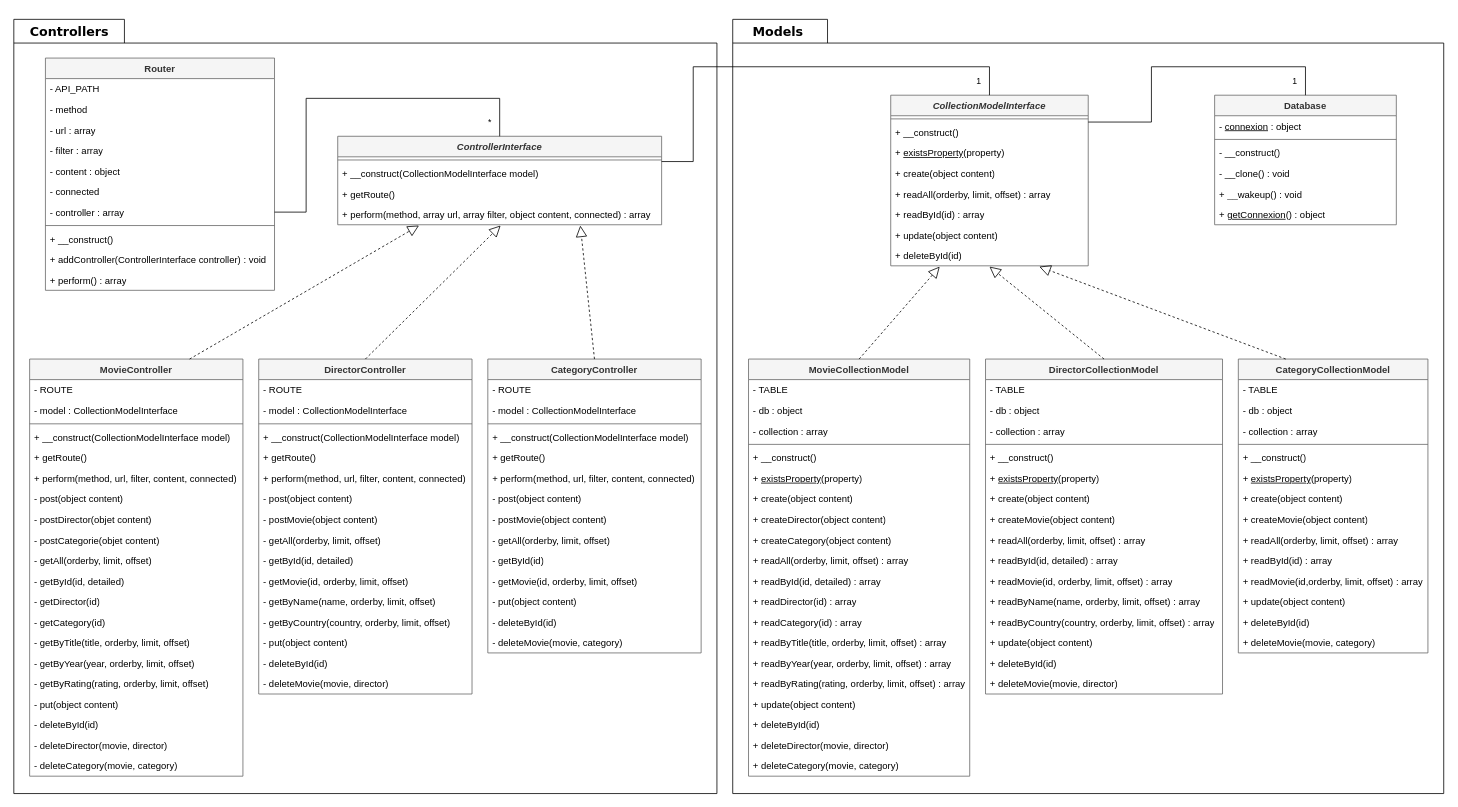
The draw.io diagram video-api-uml.drawio in ianasheu/video-api, before the edit. Source tidied: cells renumbered, new cells numbered last; positions are measured from the earlier drawing's top-left corner, leaving out a move shared by most shapes. Both pictures are drawn from the tidied source at 79%, with x=0, y=0 at pixel (13, 13).
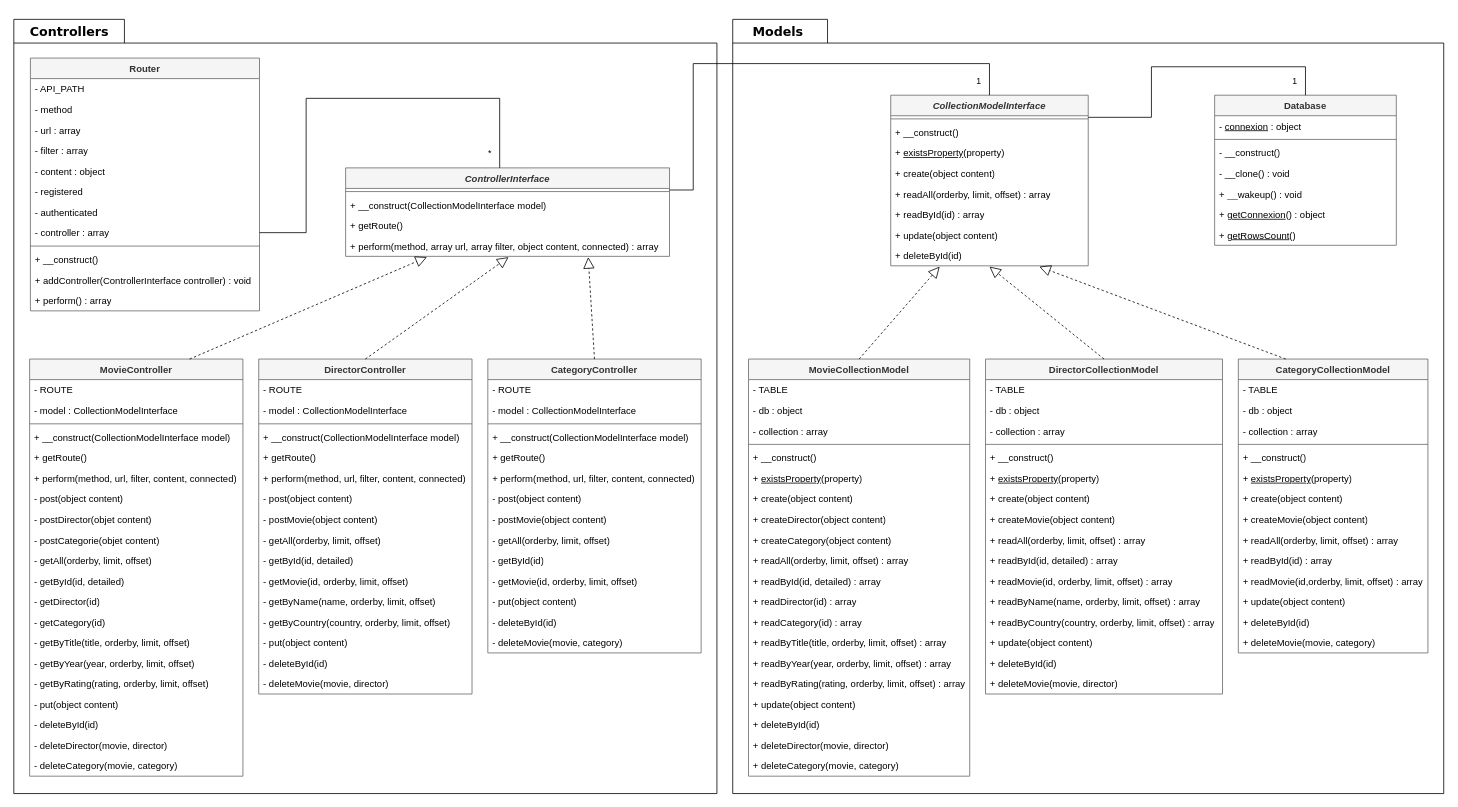
The same page after the edit.

Commit message (it also covers changes not shown here):
update schema + uml

Unchanged cells that the change refers to:
```xml
<mxCell id="61" value="&lt;i&gt;CollectionModelInterface&lt;/i&gt;" style="swimlane;fontStyle=1;align=center;verticalAlign=top;horizontal=1;startSize=26;whiteSpace=wrap;html=1;fillColor=#f5f5f5;fontColor=#333333;strokeColor=#666666;" parent="1" vertex="1">
  <mxGeometry x="1110" y="103" width="250" height="216" as="geometry" />
</mxCell>
```

Change to the diagram source:
```diff
@@
     <mxCell id="3" value="Router" style="swimlane;fontStyle=1;align=center;verticalAlign=top;horizontal=1;startSize=26;whiteSpace=wrap;html=1;fillColor=#f5f5f5;fontColor=#333333;strokeColor=#666666;" parent="1" vertex="1">
-      <mxGeometry x="40" y="56" width="290" height="294" as="geometry" />
+      <mxGeometry x="21" y="56" width="290" height="320" as="geometry" />
     </mxCell>
@@
-    <mxCell id="9" value="- connected" style="text;strokeColor=none;fillColor=none;align=left;verticalAlign=top;spacingLeft=4;spacingRight=4;overflow=hidden;whiteSpace=wrap;html=1;" parent="3" vertex="1">
+    <mxCell id="9" value="- registered" style="text;strokeColor=none;fillColor=none;align=left;verticalAlign=top;spacingLeft=4;spacingRight=4;overflow=hidden;whiteSpace=wrap;html=1;" parent="3" vertex="1">
       <mxGeometry y="156" width="290" height="26" as="geometry" />
     </mxCell>
-    <mxCell id="10" value="- controller : array" style="text;strokeColor=none;fillColor=none;align=left;verticalAlign=top;spacingLeft=4;spacingRight=4;overflow=hidden;points=[[0,0.5],[1,0.5]];portConstraint=eastwest;whiteSpace=wrap;html=1;" parent="3" vertex="1">
+    <mxCell id="10" value="- authenticated" style="text;strokeColor=none;fillColor=none;align=left;verticalAlign=top;spacingLeft=4;spacingRight=4;overflow=hidden;points=[[0,0.5],[1,0.5]];portConstraint=eastwest;whiteSpace=wrap;html=1;" parent="3" vertex="1">
       <mxGeometry y="182" width="290" height="26" as="geometry" />
     </mxCell>
+    <mxCell id="12" value="- controller : array" style="text;strokeColor=none;fillColor=none;align=left;verticalAlign=top;spacingLeft=4;spacingRight=4;overflow=hidden;whiteSpace=wrap;html=1;" parent="3" vertex="1">
+      <mxGeometry y="208" width="290" height="26" as="geometry" />
+    </mxCell>
     <mxCell id="11" style="line;strokeWidth=1;fillColor=none;align=left;verticalAlign=middle;spacingTop=-1;spacingLeft=3;spacingRight=3;labelPosition=right;strokeColor=inherit;" parent="3" vertex="1">
-      <mxGeometry y="208" width="290" height="8" as="geometry" />
+      <mxGeometry y="234" width="290" height="8" as="geometry" />
     </mxCell>
-    <mxCell id="12" value="+ __construct()" style="text;strokeColor=none;fillColor=none;align=left;verticalAlign=top;spacingLeft=4;spacingRight=4;overflow=hidden;whiteSpace=wrap;html=1;" parent="3" vertex="1">
-      <mxGeometry y="216" width="290" height="26" as="geometry" />
-    </mxCell>
-    <mxCell id="13" value="+ addController(ControllerInterface controller) : void" style="text;strokeColor=none;fillColor=none;align=left;verticalAlign=top;spacingLeft=4;spacingRight=4;overflow=hidden;whiteSpace=wrap;html=1;" parent="3" vertex="1">
+    <mxCell id="13" value="+ __construct()" style="text;strokeColor=none;fillColor=none;align=left;verticalAlign=top;spacingLeft=4;spacingRight=4;overflow=hidden;whiteSpace=wrap;html=1;" parent="3" vertex="1">
       <mxGeometry y="242" width="290" height="26" as="geometry" />
     </mxCell>
-    <mxCell id="14" value="+ perform() : array" style="text;strokeColor=none;fillColor=none;align=left;verticalAlign=top;spacingLeft=4;spacingRight=4;overflow=hidden;whiteSpace=wrap;html=1;" parent="3" vertex="1">
+    <mxCell id="14" value="+ addController(ControllerInterface controller) : void" style="text;strokeColor=none;fillColor=none;align=left;verticalAlign=top;spacingLeft=4;spacingRight=4;overflow=hidden;whiteSpace=wrap;html=1;" parent="3" vertex="1">
       <mxGeometry y="268" width="290" height="26" as="geometry" />
     </mxCell>
+    <mxCell id="157" value="+ perform() : array" style="text;strokeColor=none;fillColor=none;align=left;verticalAlign=top;spacingLeft=4;spacingRight=4;overflow=hidden;whiteSpace=wrap;html=1;" parent="3" vertex="1">
+      <mxGeometry y="294" width="290" height="26" as="geometry" />
+    </mxCell>
@@
     <mxCell id="16" value="&lt;i&gt;ControllerInterface&lt;/i&gt;" style="swimlane;fontStyle=1;align=center;verticalAlign=top;horizontal=1;startSize=26;whiteSpace=wrap;html=1;fillColor=#f5f5f5;fontColor=#333333;strokeColor=#666666;" parent="1" vertex="1">
-      <mxGeometry x="410" y="155" width="410" height="112" as="geometry" />
+      <mxGeometry x="420" y="195" width="410" height="112" as="geometry" />
     </mxCell>
@@
     <mxCell id="108" value="Database" style="swimlane;fontStyle=1;align=center;verticalAlign=top;horizontal=1;startSize=26;whiteSpace=wrap;html=1;fillColor=#f5f5f5;fontColor=#333333;strokeColor=#666666;" parent="1" vertex="1">
-      <mxGeometry x="1520" y="103" width="230" height="164" as="geometry" />
+      <mxGeometry x="1520" y="103" width="230" height="190" as="geometry" />
     </mxCell>
@@
+    <mxCell id="158" value="+ &lt;u&gt;getRowsCount&lt;/u&gt;()" style="text;strokeColor=none;fillColor=none;align=left;verticalAlign=top;spacingLeft=4;spacingRight=4;overflow=hidden;whiteSpace=wrap;html=1;" parent="108" vertex="1">
+      <mxGeometry y="164" width="230" height="26" as="geometry" />
+    </mxCell>
-    <mxCell id="115" style="endArrow=none;html=1;edgeStyle=orthogonalEdgeStyle;rounded=0;exitX=1;exitY=0.5;exitDx=0;exitDy=0;" parent="1" edge="1" source="10" target="16">
+    <mxCell id="115" style="endArrow=none;html=1;edgeStyle=orthogonalEdgeStyle;rounded=0;" parent="1" edge="1">
       <mxGeometry relative="1" as="geometry">
+        <mxPoint x="311" y="277" as="sourcePoint" />
+        <mxPoint x="615" y="195" as="targetPoint" />
         <Array as="points">
-          <mxPoint x="370" y="251" />
+          <mxPoint x="370" y="277" />
           <mxPoint x="370" y="107" />
           <mxPoint x="615" y="107" />
         </Array>
       </mxGeometry>
     </mxCell>
@@
-    <mxCell id="117" style="endArrow=none;html=1;edgeStyle=orthogonalEdgeStyle;rounded=0;" parent="1" edge="1" source="16" target="61">
+    <mxCell id="117" style="endArrow=none;html=1;edgeStyle=orthogonalEdgeStyle;rounded=0;entryX=0.5;entryY=0;entryDx=0;entryDy=0;" parent="1" edge="1" target="61">
       <mxGeometry relative="1" as="geometry">
+        <mxPoint x="830" y="223" as="sourcePoint" />
         <Array as="points">
-          <mxPoint x="860" y="187" />
-          <mxPoint x="860" y="67" />
-          <mxPoint x="1235" y="67" />
+          <mxPoint x="860" y="223" />
+          <mxPoint x="860" y="63" />
+          <mxPoint x="1235" y="63" />
         </Array>
       </mxGeometry>
     </mxCell>
@@
-    <mxCell id="119" style="endArrow=none;html=1;edgeStyle=orthogonalEdgeStyle;rounded=0;" parent="1" edge="1" source="61" target="108">
+    <mxCell id="119" style="endArrow=none;html=1;edgeStyle=orthogonalEdgeStyle;rounded=0;entryX=0.5;entryY=0;entryDx=0;entryDy=0;" parent="1" edge="1" target="108">
       <mxGeometry relative="1" as="geometry">
+        <mxPoint x="1360" y="131" as="sourcePoint" />
         <Array as="points">
-          <mxPoint x="1440" y="137" />
+          <mxPoint x="1440" y="131" />
           <mxPoint x="1440" y="67" />
           <mxPoint x="1635" y="67" />
         </Array>
       </mxGeometry>
     </mxCell>
```
